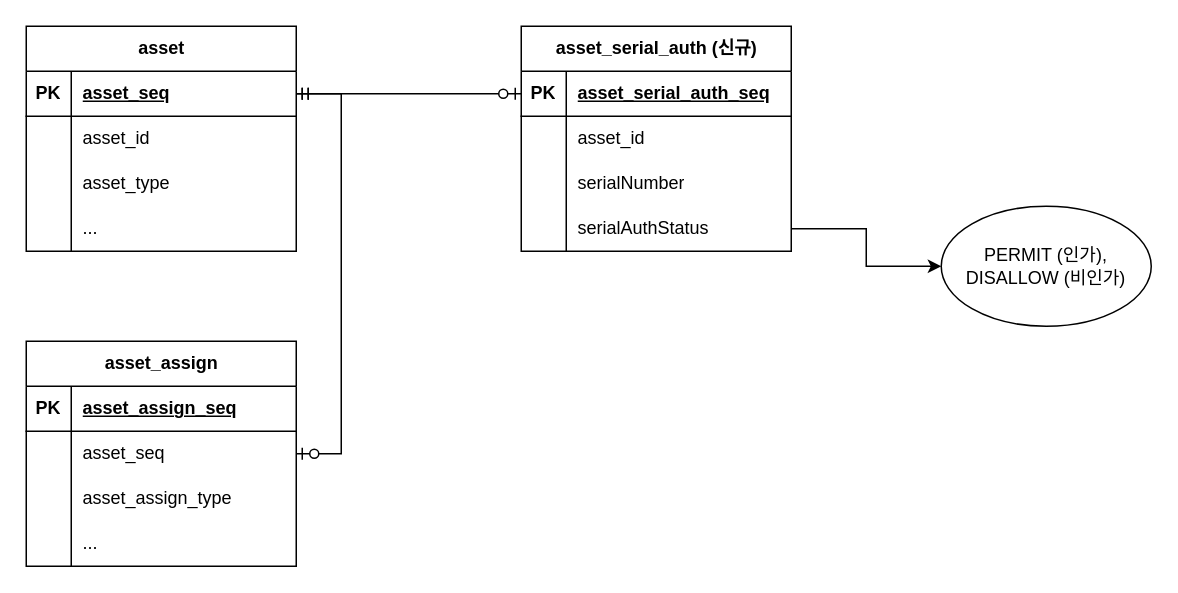
gojunghyo/erd_study keeps this draw.io diagram as page "IRT_NEW_TABLE" (5 of 5) of 제목 없는 다이어그램.drawio. Above is the earlier version. Source tidied: cells renumbered, new cells numbered last; positions are measured from the earlier drawing's top-left corner, leaving out a move shared by most shapes. Both pictures are drawn from the tidied source at 150%, with x=0, y=0 at pixel (10, 26).
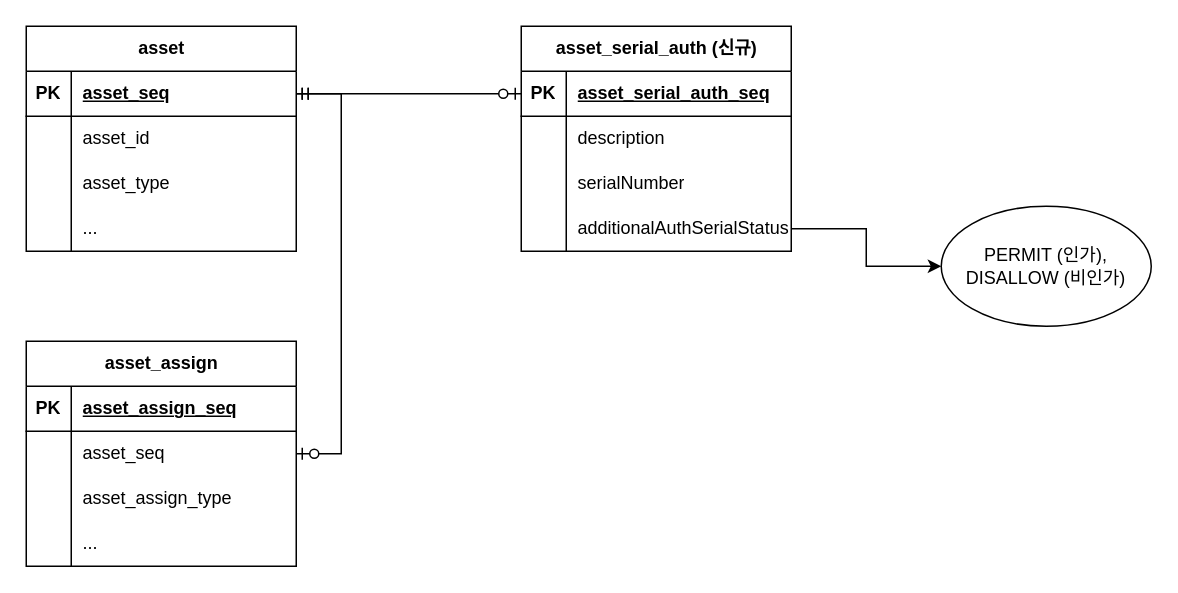
The same page after the edit.

Unchanged cells that the change refers to:
```xml
<mxCell id="19" style="shape=tableRow;horizontal=0;startSize=0;swimlaneHead=0;swimlaneBody=0;fillColor=none;top=0;left=0;right=0;bottom=0;" parent="15" vertex="1">
  <mxGeometry y="60" width="180" height="30" as="geometry" />
</mxCell>
<mxCell id="25" style="shape=tableRow;horizontal=0;startSize=0;swimlaneHead=0;swimlaneBody=0;fillColor=none;points=[[0,0.5],[1,0.5]];portConstraint=eastwest;top=0;left=0;right=0;bottom=0;" parent="15" vertex="1">
  <mxGeometry y="120" width="180" height="30" as="geometry" />
</mxCell>
```

Diff of the diagram source:
```diff
@@
-    <mxCell id="21" value="asset_id" style="shape=partialRectangle;fillColor=none;top=0;left=0;bottom=0;right=0;align=left;spacingLeft=6;overflow=hidden;whiteSpace=wrap;html=1;" parent="19" vertex="1">
+    <mxCell id="21" value="description" style="shape=partialRectangle;fillColor=none;top=0;left=0;bottom=0;right=0;align=left;spacingLeft=6;overflow=hidden;whiteSpace=wrap;html=1;" parent="19" vertex="1">
       <mxGeometry x="30" width="150" height="30" as="geometry" />
     </mxCell>
@@
-    <mxCell id="27" value="serialAuthStatus" style="shape=partialRectangle;fillColor=none;top=0;left=0;bottom=0;right=0;align=left;spacingLeft=6;overflow=hidden;whiteSpace=wrap;html=1;" parent="25" vertex="1">
+    <mxCell id="27" value="additionalAuthSerialStatus" style="shape=partialRectangle;fillColor=none;top=0;left=0;bottom=0;right=0;align=left;spacingLeft=6;overflow=hidden;whiteSpace=wrap;html=1;" parent="25" vertex="1">
       <mxGeometry x="30" width="150" height="30" as="geometry" />
     </mxCell>
```
